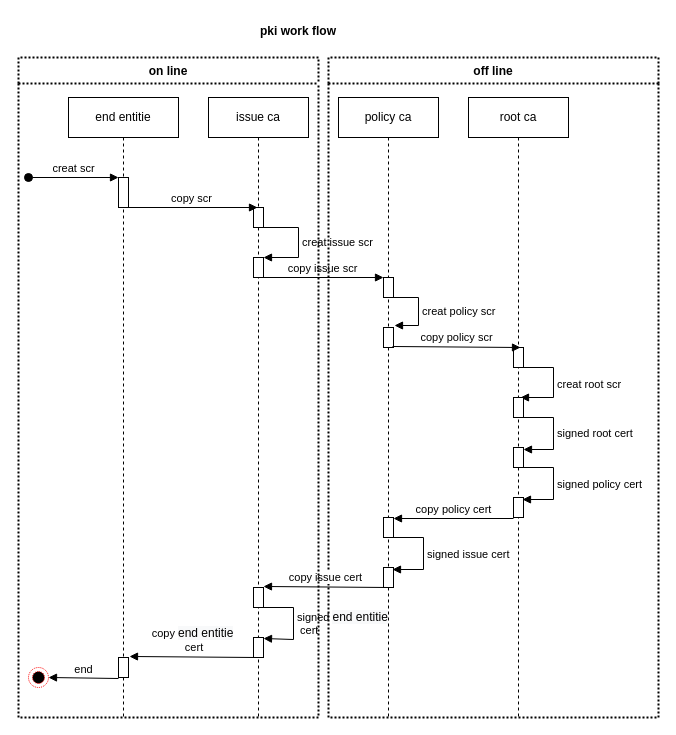
The draw.io diagram docs/pki-flow.drawio in OlafRadicke/play_pki_ca_with_ansible, before the edit. Source tidied: cells renumbered, new cells numbered last; positions are measured from the earlier drawing's top-left corner, leaving out a move shared by most shapes. Both pictures are drawn from the tidied source at 100%, with x=0, y=0 at pixel (18, 17).
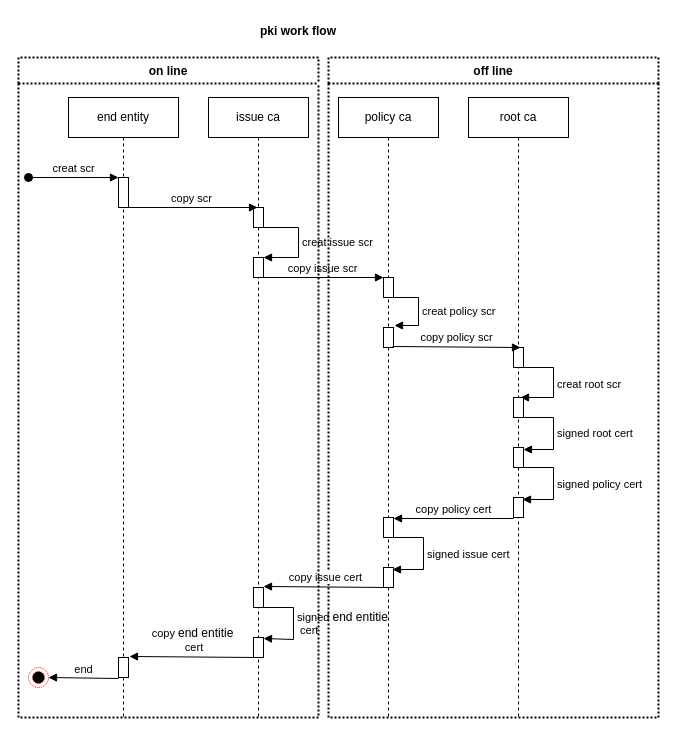
After the change.

Commit message (it also covers changes not shown here):
Fix diagram. Fix name of ignore file.

Change to the diagram source:
```diff
@@
-    <mxCell id="2" value="end entitie" style="shape=umlLifeline;perimeter=lifelinePerimeter;whiteSpace=wrap;html=1;" parent="1" vertex="1">
+    <mxCell id="2" value="end entity" style="shape=umlLifeline;perimeter=lifelinePerimeter;whiteSpace=wrap;html=1;" parent="1" vertex="1">
       <mxGeometry x="50" y="80" width="110" height="620" as="geometry" />
     </mxCell>
```
